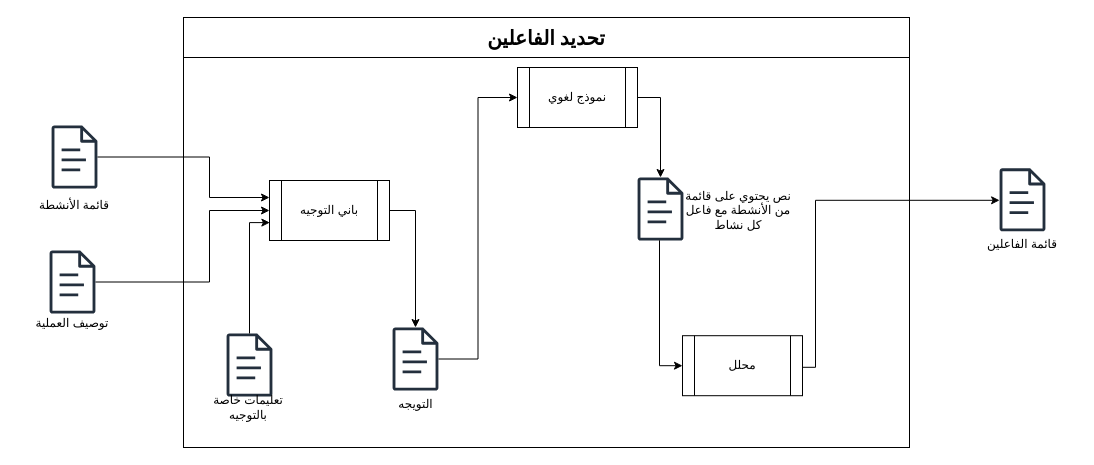
This is تصميم/Stage Four.drawio from MohamadAlturky/Report-Drafts, a draw.io file, before an edit. Source tidied: cells renumbered, new cells numbered last; positions are measured from the earlier drawing's top-left corner, leaving out a move shared by most shapes. Both pictures are drawn from the tidied source at 100%, with x=0, y=0 at pixel (17, 17).
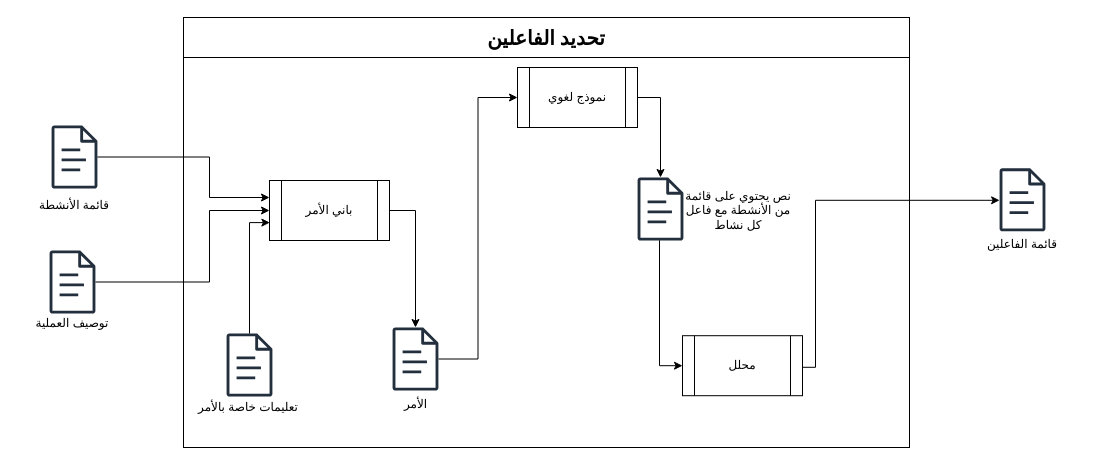
The same diagram, later.

What changed in the source:
```diff
@@
-    <mxCell id="11" value="تعليمات خاصة بالتوجيه" style="text;html=1;align=center;verticalAlign=middle;whiteSpace=wrap;rounded=0;" parent="1" vertex="1">
+    <mxCell id="11" value="تعليمات خاصة بالأمر" style="text;html=1;align=center;verticalAlign=middle;whiteSpace=wrap;rounded=0;" parent="1" vertex="1">
       <mxGeometry x="176" y="380" width="110" height="20" as="geometry" />
     </mxCell>
@@
-    <mxCell id="13" value="باني التوجيه" style="shape=process;whiteSpace=wrap;html=1;backgroundOutline=1;" parent="1" vertex="1">
+    <mxCell id="13" value="باني الأمر" style="shape=process;whiteSpace=wrap;html=1;backgroundOutline=1;" parent="1" vertex="1">
       <mxGeometry x="252" y="163" width="120" height="60" as="geometry" />
     </mxCell>
@@
-    <mxCell id="15" value="&lt;span style=&quot;color: rgb(0, 0, 0); text-wrap: wrap;&quot;&gt;التويجه&lt;/span&gt;" style="sketch=0;outlineConnect=0;fontColor=#232F3E;gradientColor=none;fillColor=#232F3D;strokeColor=none;dashed=0;verticalLabelPosition=bottom;verticalAlign=top;align=center;html=1;fontSize=12;fontStyle=0;shape=mxgraph.aws4.document;" parent="1" vertex="1">
+    <mxCell id="15" value="&lt;span style=&quot;color: rgb(0, 0, 0); text-wrap: wrap;&quot;&gt;الأمر&lt;/span&gt;" style="sketch=0;outlineConnect=0;fontColor=#232F3E;gradientColor=none;fillColor=#232F3D;strokeColor=none;dashed=0;verticalLabelPosition=bottom;verticalAlign=top;align=center;html=1;fontSize=12;fontStyle=0;shape=mxgraph.aws4.document;" parent="1" vertex="1">
       <mxGeometry x="375" y="310" width="46" height="63" as="geometry" />
     </mxCell>
```
